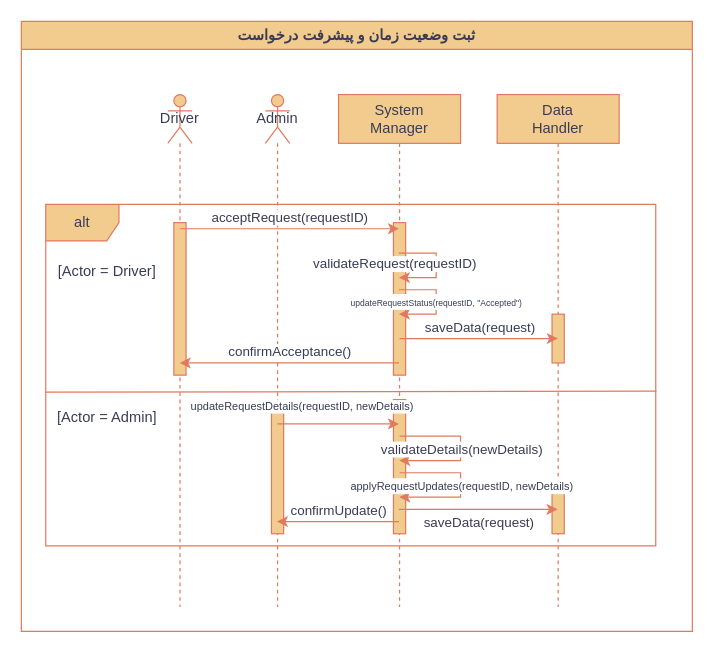
amir-Khodaverdi/The-Penguin-Project keeps this draw.io diagram as page "Page-4" (4 of 8) of Diagrams and Documents/ph4/Sequence Diagrams/C1/SequenceDiagramsPhase4-C1.drawio. Above is the earlier version. Source tidied: cells renumbered, new cells numbered last; positions are measured from the earlier drawing's top-left corner, leaving out a move shared by most shapes. Both pictures are drawn from the tidied source at 122%, with x=0, y=0 at pixel (21, 21).
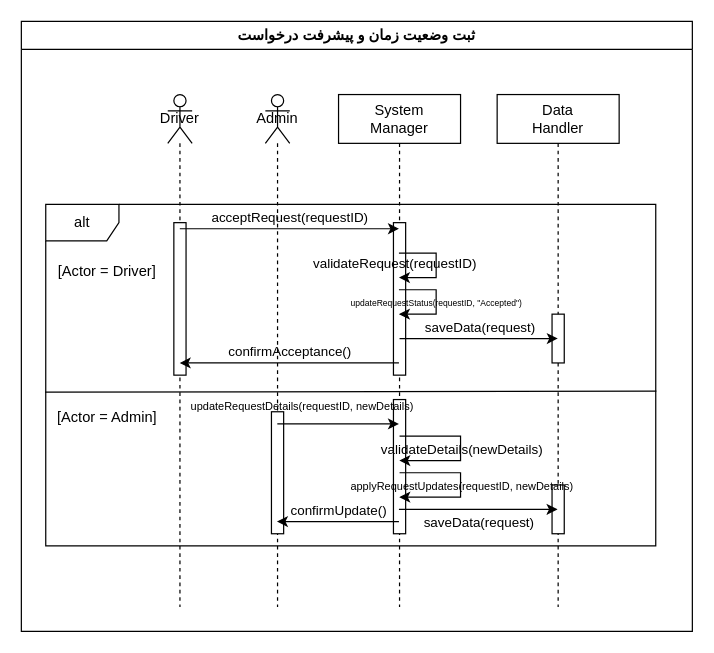
Above is the later version.

Change to the diagram source:
```diff
@@
-    <mxCell id="2" value="&lt;font face=&quot;Vazirmatn&quot;&gt;ثبت وضعیت زمان و پیشرفت درخواست&lt;/font&gt;" style="swimlane;whiteSpace=wrap;html=1;labelBackgroundColor=none;fillColor=#F2CC8F;strokeColor=#E07A5F;fontColor=#393C56;" parent="1" vertex="1">
+    <mxCell id="2" value="&lt;font face=&quot;Vazirmatn&quot;&gt;ثبت وضعیت زمان و پیشرفت درخواست&lt;/font&gt;" style="swimlane;whiteSpace=wrap;html=1;labelBackgroundColor=none;" parent="1" vertex="1">
       <mxGeometry width="550" height="500" as="geometry" />
     </mxCell>
-    <mxCell id="3" value="Admin" style="shape=umlLifeline;perimeter=lifelinePerimeter;whiteSpace=wrap;html=1;outlineConnect=0;portConstraint=eastwest;newEdgeStyle={&quot;curved&quot;:0,&quot;rounded&quot;:0};participant=umlActor;labelBackgroundColor=none;fillColor=#F2CC8F;strokeColor=#E07A5F;fontColor=#393C56;size=40;" parent="2" vertex="1">
+    <mxCell id="3" value="Admin" style="shape=umlLifeline;perimeter=lifelinePerimeter;whiteSpace=wrap;html=1;outlineConnect=0;portConstraint=eastwest;newEdgeStyle={&quot;curved&quot;:0,&quot;rounded&quot;:0};participant=umlActor;labelBackgroundColor=none;size=40;" parent="2" vertex="1">
       <mxGeometry x="200" y="60" width="20" height="420" as="geometry" />
     </mxCell>
-    <mxCell id="4" style="html=1;perimeter=orthogonalPerimeter;targetShapes=umlLifeline;newEdgeStyle={&quot;curved&quot;:0,&quot;rounded&quot;:0};strokeColor=#E07A5F;fontColor=#393C56;fillColor=#F2CC8F;" parent="3" vertex="1">
+    <mxCell id="4" style="html=1;perimeter=orthogonalPerimeter;targetShapes=umlLifeline;newEdgeStyle={&quot;curved&quot;:0,&quot;rounded&quot;:0};labelBackgroundColor=none;" parent="3" vertex="1">
       <mxGeometry x="5" y="260" width="10" height="100" as="geometry" />
     </mxCell>
-    <mxCell id="5" value="Driver" style="shape=umlLifeline;perimeter=lifelinePerimeter;whiteSpace=wrap;html=1;newEdgeStyle={&quot;curved&quot;:0,&quot;rounded&quot;:0};participant=umlActor;labelBackgroundColor=none;fillColor=#F2CC8F;strokeColor=#E07A5F;fontColor=#393C56;size=40;" parent="2" vertex="1">
+    <mxCell id="5" value="Driver" style="shape=umlLifeline;perimeter=lifelinePerimeter;whiteSpace=wrap;html=1;newEdgeStyle={&quot;curved&quot;:0,&quot;rounded&quot;:0};participant=umlActor;labelBackgroundColor=none;size=40;" parent="2" vertex="1">
       <mxGeometry x="120" y="60" width="20" height="420" as="geometry" />
     </mxCell>
-    <mxCell id="6" style="html=1;perimeter=orthogonalPerimeter;targetShapes=umlLifeline;newEdgeStyle={&quot;curved&quot;:0,&quot;rounded&quot;:0};strokeColor=#E07A5F;fontColor=#393C56;fillColor=#F2CC8F;" parent="5" vertex="1">
+    <mxCell id="6" style="html=1;perimeter=orthogonalPerimeter;targetShapes=umlLifeline;newEdgeStyle={&quot;curved&quot;:0,&quot;rounded&quot;:0};labelBackgroundColor=none;" parent="5" vertex="1">
       <mxGeometry x="5" y="105" width="10" height="125" as="geometry" />
     </mxCell>
-    <mxCell id="7" value="&lt;div&gt;System&lt;/div&gt;&lt;div&gt;Manager&lt;br&gt;&lt;/div&gt;" style="shape=umlLifeline;perimeter=lifelinePerimeter;whiteSpace=wrap;html=1;outlineConnect=0;portConstraint=eastwest;newEdgeStyle={&quot;edgeStyle&quot;:&quot;elbowEdgeStyle&quot;,&quot;elbow&quot;:&quot;vertical&quot;,&quot;curved&quot;:0,&quot;rounded&quot;:0};labelBackgroundColor=none;fillColor=#F2CC8F;strokeColor=#E07A5F;fontColor=#393C56;" parent="2" vertex="1">
+    <mxCell id="7" value="&lt;div&gt;System&lt;/div&gt;&lt;div&gt;Manager&lt;br&gt;&lt;/div&gt;" style="shape=umlLifeline;perimeter=lifelinePerimeter;whiteSpace=wrap;html=1;outlineConnect=0;portConstraint=eastwest;newEdgeStyle={&quot;edgeStyle&quot;:&quot;elbowEdgeStyle&quot;,&quot;elbow&quot;:&quot;vertical&quot;,&quot;curved&quot;:0,&quot;rounded&quot;:0};labelBackgroundColor=none;" parent="2" vertex="1">
       <mxGeometry x="260" y="60" width="100" height="420" as="geometry" />
     </mxCell>
-    <mxCell id="8" style="html=1;perimeter=orthogonalPerimeter;targetShapes=umlLifeline;newEdgeStyle={&quot;curved&quot;:0,&quot;rounded&quot;:0};strokeColor=#E07A5F;fontColor=#393C56;fillColor=#F2CC8F;" parent="7" vertex="1">
+    <mxCell id="8" style="html=1;perimeter=orthogonalPerimeter;targetShapes=umlLifeline;newEdgeStyle={&quot;curved&quot;:0,&quot;rounded&quot;:0};labelBackgroundColor=none;" parent="7" vertex="1">
       <mxGeometry x="45" y="105" width="10" height="125" as="geometry" />
     </mxCell>
-    <mxCell id="9" style="html=1;perimeter=orthogonalPerimeter;targetShapes=umlLifeline;newEdgeStyle={&quot;curved&quot;:0,&quot;rounded&quot;:0};strokeColor=#E07A5F;fontColor=#393C56;fillColor=#F2CC8F;" parent="7" vertex="1">
+    <mxCell id="9" style="html=1;perimeter=orthogonalPerimeter;targetShapes=umlLifeline;newEdgeStyle={&quot;curved&quot;:0,&quot;rounded&quot;:0};labelBackgroundColor=none;" parent="7" vertex="1">
       <mxGeometry x="45" y="250" width="10" height="110" as="geometry" />
     </mxCell>
-    <mxCell id="10" value="&lt;div&gt;Data&lt;/div&gt;&lt;div&gt;Handler&lt;br&gt;&lt;/div&gt;" style="shape=umlLifeline;perimeter=lifelinePerimeter;whiteSpace=wrap;html=1;outlineConnect=0;portConstraint=eastwest;newEdgeStyle={&quot;edgeStyle&quot;:&quot;elbowEdgeStyle&quot;,&quot;elbow&quot;:&quot;vertical&quot;,&quot;curved&quot;:0,&quot;rounded&quot;:0};labelBackgroundColor=none;fillColor=#F2CC8F;strokeColor=#E07A5F;fontColor=#393C56;" parent="2" vertex="1">
+    <mxCell id="10" value="&lt;div&gt;Data&lt;/div&gt;&lt;div&gt;Handler&lt;br&gt;&lt;/div&gt;" style="shape=umlLifeline;perimeter=lifelinePerimeter;whiteSpace=wrap;html=1;outlineConnect=0;portConstraint=eastwest;newEdgeStyle={&quot;edgeStyle&quot;:&quot;elbowEdgeStyle&quot;,&quot;elbow&quot;:&quot;vertical&quot;,&quot;curved&quot;:0,&quot;rounded&quot;:0};labelBackgroundColor=none;" parent="2" vertex="1">
       <mxGeometry x="390" y="60" width="100" height="420" as="geometry" />
     </mxCell>
-    <mxCell id="11" style="html=1;perimeter=orthogonalPerimeter;targetShapes=umlLifeline;newEdgeStyle={&quot;curved&quot;:0,&quot;rounded&quot;:0};strokeColor=#E07A5F;fontColor=#393C56;fillColor=#F2CC8F;" parent="10" vertex="1">
+    <mxCell id="11" style="html=1;perimeter=orthogonalPerimeter;targetShapes=umlLifeline;newEdgeStyle={&quot;curved&quot;:0,&quot;rounded&quot;:0};labelBackgroundColor=none;" parent="10" vertex="1">
       <mxGeometry x="45" y="180" width="10" height="40" as="geometry" />
     </mxCell>
-    <mxCell id="12" style="html=1;perimeter=orthogonalPerimeter;targetShapes=umlLifeline;newEdgeStyle={&quot;curved&quot;:0,&quot;rounded&quot;:0};strokeColor=#E07A5F;fontColor=#393C56;fillColor=#F2CC8F;" parent="10" vertex="1">
+    <mxCell id="12" style="html=1;perimeter=orthogonalPerimeter;targetShapes=umlLifeline;newEdgeStyle={&quot;curved&quot;:0,&quot;rounded&quot;:0};labelBackgroundColor=none;" parent="10" vertex="1">
       <mxGeometry x="45" y="320" width="10" height="40" as="geometry" />
     </mxCell>
-    <mxCell id="13" value="alt" style="shape=umlFrame;whiteSpace=wrap;html=1;labelBackgroundColor=none;fillColor=#F2CC8F;strokeColor=#E07A5F;fontColor=#393C56;" parent="2" vertex="1">
+    <mxCell id="13" value="alt" style="shape=umlFrame;whiteSpace=wrap;html=1;labelBackgroundColor=none;" parent="2" vertex="1">
       <mxGeometry x="20" y="150" width="500" height="280" as="geometry" />
     </mxCell>
-    <mxCell id="14" style="endArrow=none;html=1;rounded=0;exitX=-0.001;exitY=0.55;exitDx=0;exitDy=0;exitPerimeter=0;entryX=1.001;entryY=0.547;entryDx=0;entryDy=0;entryPerimeter=0;labelBackgroundColor=none;strokeColor=#E07A5F;fontColor=default;" parent="2" edge="1" source="13" target="13">
+    <mxCell id="14" style="endArrow=none;html=1;rounded=0;exitX=-0.001;exitY=0.55;exitDx=0;exitDy=0;exitPerimeter=0;entryX=1.001;entryY=0.547;entryDx=0;entryDy=0;entryPerimeter=0;labelBackgroundColor=none;fontColor=default;" parent="2" edge="1" source="13" target="13">
       <mxGeometry relative="1" as="geometry" />
     </mxCell>
-    <mxCell id="15" style="endArrow=classic;html=1;rounded=0;strokeColor=#E07A5F;fontColor=#393C56;fillColor=#F2CC8F;" parent="2" edge="1">
+    <mxCell id="15" style="endArrow=classic;html=1;rounded=0;fontColor=default;labelBackgroundColor=none;" parent="2" edge="1">
       <mxGeometry relative="1" as="geometry">
         <mxPoint x="129.9" y="170" as="sourcePoint" />
         <mxPoint x="309.5" y="170" as="targetPoint" />
       </mxGeometry>
     </mxCell>
-    <mxCell id="16" value="acceptRequest(requestID)" style="edgeLabel;html=1;align=center;verticalAlign=middle;strokeColor=#E07A5F;fontColor=#393C56;fillColor=#F2CC8F;" parent="15" vertex="1">
+    <mxCell id="16" value="acceptRequest(requestID)" style="edgeLabel;html=1;align=center;verticalAlign=middle;labelBackgroundColor=none;" parent="15" vertex="1">
       <mxGeometry x="0.16" y="2" relative="1" as="geometry">
         <mxPoint x="-14" y="-8" as="offset" />
       </mxGeometry>
     </mxCell>
-    <mxCell id="17" style="endArrow=classic;html=1;rounded=0;strokeColor=#E07A5F;fontColor=#393C56;fillColor=#F2CC8F;" parent="2" edge="1" source="7" target="7">
+    <mxCell id="17" style="endArrow=classic;html=1;rounded=0;fontColor=default;labelBackgroundColor=none;" parent="2" edge="1" source="7" target="7">
       <mxGeometry relative="1" as="geometry">
         <Array as="points">
           <mxPoint x="340" y="190" />
           <mxPoint x="340" y="200" />
           <mxPoint x="340" y="210" />
         </Array>
       </mxGeometry>
     </mxCell>
-    <mxCell id="18" value="validateRequest(requestID)" style="edgeLabel;html=1;align=center;verticalAlign=middle;strokeColor=#E07A5F;fontColor=#393C56;fillColor=#F2CC8F;" parent="17" vertex="1">
+    <mxCell id="18" value="validateRequest(requestID)" style="edgeLabel;html=1;align=center;verticalAlign=middle;labelBackgroundColor=none;" parent="17" vertex="1">
       <mxGeometry x="-0.04" relative="1" as="geometry">
         <mxPoint x="-35" as="offset" />
       </mxGeometry>
     </mxCell>
-    <mxCell id="19" style="endArrow=classic;html=1;rounded=0;strokeColor=#E07A5F;fontColor=#393C56;fillColor=#F2CC8F;" parent="2" edge="1" source="7" target="7">
+    <mxCell id="19" style="endArrow=classic;html=1;rounded=0;fontColor=default;labelBackgroundColor=none;" parent="2" edge="1" source="7" target="7">
       <mxGeometry relative="1" as="geometry">
         <Array as="points">
           <mxPoint x="330" y="220" />
           <mxPoint x="340" y="220" />
           <mxPoint x="340" y="240" />
           <mxPoint x="330" y="240" />
         </Array>
       </mxGeometry>
     </mxCell>
-    <mxCell id="20" value="&lt;font style=&quot;font-size: 7px;&quot;&gt;&lt;font&gt;updateRequestStatus(requestID, &quot;Accepted&quot;)&lt;/font&gt;&lt;font&gt;&lt;br&gt;&lt;/font&gt;&lt;/font&gt;" style="edgeLabel;html=1;align=center;verticalAlign=middle;strokeColor=#E07A5F;fontColor=#393C56;fillColor=#F2CC8F;" parent="19" vertex="1">
+    <mxCell id="20" value="&lt;font style=&quot;font-size: 7px;&quot;&gt;&lt;font&gt;updateRequestStatus(requestID, &quot;Accepted&quot;)&lt;/font&gt;&lt;font&gt;&lt;br&gt;&lt;/font&gt;&lt;/font&gt;" style="edgeLabel;html=1;align=center;verticalAlign=middle;labelBackgroundColor=none;" parent="19" vertex="1">
       <mxGeometry x="-0.02" y="-1" relative="1" as="geometry" />
     </mxCell>
-    <mxCell id="21" style="endArrow=classic;html=1;rounded=0;strokeColor=#E07A5F;fontColor=#393C56;fillColor=#F2CC8F;" parent="2" edge="1">
+    <mxCell id="21" style="endArrow=classic;html=1;rounded=0;fontColor=default;labelBackgroundColor=none;" parent="2" edge="1">
       <mxGeometry relative="1" as="geometry">
         <mxPoint x="310" y="260" as="sourcePoint" />
         <mxPoint x="439.7" y="260" as="targetPoint" />
         <Array as="points">
           <mxPoint x="410.2" y="260" />
         </Array>
       </mxGeometry>
     </mxCell>
-    <mxCell id="22" value="saveData(request)" style="edgeLabel;html=1;align=center;verticalAlign=middle;strokeColor=#E07A5F;fontColor=#393C56;fillColor=#F2CC8F;" parent="21" vertex="1">
+    <mxCell id="22" value="saveData(request)" style="edgeLabel;html=1;align=center;verticalAlign=middle;labelBackgroundColor=none;" parent="21" vertex="1">
       <mxGeometry x="0.22" y="2" relative="1" as="geometry">
         <mxPoint x="-14" y="-8" as="offset" />
       </mxGeometry>
     </mxCell>
-    <mxCell id="23" style="endArrow=classic;html=1;rounded=0;strokeColor=#E07A5F;fontColor=#393C56;fillColor=#F2CC8F;" parent="2" edge="1">
+    <mxCell id="23" style="endArrow=classic;html=1;rounded=0;fontColor=default;labelBackgroundColor=none;" parent="2" edge="1">
       <mxGeometry relative="1" as="geometry">
         <mxPoint x="309.5" y="280" as="sourcePoint" />
         <mxPoint x="129.8" y="280" as="targetPoint" />
       </mxGeometry>
     </mxCell>
-    <mxCell id="24" value="confirmAcceptance()" style="edgeLabel;html=1;align=center;verticalAlign=middle;strokeColor=#E07A5F;fontColor=#393C56;fillColor=#F2CC8F;" parent="23" vertex="1">
+    <mxCell id="24" value="confirmAcceptance()" style="edgeLabel;html=1;align=center;verticalAlign=middle;labelBackgroundColor=none;" parent="23" vertex="1">
       <mxGeometry x="-0.46" y="1" relative="1" as="geometry">
         <mxPoint x="-41" y="-11" as="offset" />
       </mxGeometry>
     </mxCell>
-    <mxCell id="25" value="[Actor = Driver]" style="text;html=1;align=center;verticalAlign=middle;strokeColor=none;fillColor=none;labelBackgroundColor=none;fontColor=#393C56;" parent="2" vertex="1">
+    <mxCell id="25" value="[Actor = Driver]" style="text;html=1;align=center;verticalAlign=middle;strokeColor=none;fillColor=none;labelBackgroundColor=none;" parent="2" vertex="1">
       <mxGeometry x="20" y="190" width="100" height="30" as="geometry" />
     </mxCell>
-    <mxCell id="26" value="[Actor = Admin]" style="text;html=1;align=center;verticalAlign=middle;strokeColor=none;fillColor=none;labelBackgroundColor=none;fontColor=#393C56;" parent="2" vertex="1">
+    <mxCell id="26" value="[Actor = Admin]" style="text;html=1;align=center;verticalAlign=middle;strokeColor=none;fillColor=none;labelBackgroundColor=none;" parent="2" vertex="1">
       <mxGeometry x="15" y="310" width="110" height="30" as="geometry" />
     </mxCell>
-    <mxCell id="27" style="endArrow=classic;html=1;rounded=0;strokeColor=#E07A5F;fontColor=#393C56;fillColor=#F2CC8F;" parent="2" edge="1">
+    <mxCell id="27" style="endArrow=classic;html=1;rounded=0;fontColor=default;labelBackgroundColor=none;" parent="2" edge="1">
       <mxGeometry relative="1" as="geometry">
         <mxPoint x="209.8" y="330" as="sourcePoint" />
         <mxPoint x="309.5" y="330" as="targetPoint" />
       </mxGeometry>
     </mxCell>
-    <mxCell id="28" value="&lt;font&gt;updateRequestDetails(requestID, newDetails)&lt;/font&gt;" style="edgeLabel;html=1;align=center;verticalAlign=middle;strokeColor=#E07A5F;fontColor=#393C56;fillColor=#F2CC8F;fontSize=9;" parent="27" vertex="1">
+    <mxCell id="28" value="&lt;font&gt;updateRequestDetails(requestID, newDetails)&lt;/font&gt;" style="edgeLabel;html=1;align=center;verticalAlign=middle;fontSize=9;labelBackgroundColor=none;" parent="27" vertex="1">
       <mxGeometry x="-0.23" y="2" relative="1" as="geometry">
         <mxPoint x="-18" y="-13" as="offset" />
       </mxGeometry>
     </mxCell>
-    <mxCell id="29" style="endArrow=classic;html=1;rounded=0;strokeColor=#E07A5F;fontColor=#393C56;fillColor=#F2CC8F;" parent="2" edge="1">
+    <mxCell id="29" style="endArrow=classic;html=1;rounded=0;fontColor=default;labelBackgroundColor=none;" parent="2" edge="1">
       <mxGeometry relative="1" as="geometry">
         <mxPoint x="310" y="340" as="sourcePoint" />
         <mxPoint x="309.8" y="360" as="targetPoint" />
         <Array as="points">
           <mxPoint x="360" y="340" />
           <mxPoint x="360" y="360" />
           <mxPoint x="330" y="360" />
         </Array>
       </mxGeometry>
     </mxCell>
-    <mxCell id="30" value="validateDetails(newDetails)" style="edgeLabel;html=1;align=center;verticalAlign=middle;strokeColor=#E07A5F;fontColor=#393C56;fillColor=#F2CC8F;" parent="29" vertex="1">
+    <mxCell id="30" value="validateDetails(newDetails)" style="edgeLabel;html=1;align=center;verticalAlign=middle;labelBackgroundColor=none;" parent="29" vertex="1">
       <mxGeometry x="-0.03" y="1" relative="1" as="geometry">
         <mxPoint x="-1" y="2" as="offset" />
       </mxGeometry>
     </mxCell>
-    <mxCell id="31" style="endArrow=classic;html=1;rounded=0;strokeColor=#E07A5F;fontColor=#393C56;fillColor=#F2CC8F;" parent="2" edge="1">
+    <mxCell id="31" style="endArrow=classic;html=1;rounded=0;fontColor=default;labelBackgroundColor=none;" parent="2" edge="1">
       <mxGeometry relative="1" as="geometry">
         <mxPoint x="310" y="370" as="sourcePoint" />
         <mxPoint x="309.8" y="390" as="targetPoint" />
         <Array as="points">
           <mxPoint x="360" y="370" />
           <mxPoint x="360" y="390" />
           <mxPoint x="330" y="390" />
         </Array>
       </mxGeometry>
     </mxCell>
-    <mxCell id="32" value="&lt;font style=&quot;font-size: 9px;&quot;&gt;applyRequestUpdates(requestID, newDetails)&lt;/font&gt;" style="edgeLabel;html=1;align=center;verticalAlign=middle;strokeColor=#E07A5F;fontColor=#393C56;fillColor=#F2CC8F;" parent="31" vertex="1">
+    <mxCell id="32" value="&lt;font style=&quot;font-size: 9px;&quot;&gt;applyRequestUpdates(requestID, newDetails)&lt;/font&gt;" style="edgeLabel;html=1;align=center;verticalAlign=middle;labelBackgroundColor=none;" parent="31" vertex="1">
       <mxGeometry x="-0.03" y="1" relative="1" as="geometry">
         <mxPoint x="-1" y="2" as="offset" />
       </mxGeometry>
     </mxCell>
-    <mxCell id="33" style="endArrow=classic;html=1;rounded=0;strokeColor=#E07A5F;fontColor=#393C56;fillColor=#F2CC8F;" parent="2" edge="1" source="7" target="10">
+    <mxCell id="33" style="endArrow=classic;html=1;rounded=0;fontColor=default;labelBackgroundColor=none;" parent="2" edge="1" source="7" target="10">
       <mxGeometry relative="1" as="geometry">
         <Array as="points">
           <mxPoint x="360" y="400" />
         </Array>
       </mxGeometry>
     </mxCell>
-    <mxCell id="34" value="saveData(request)" style="edgeLabel;html=1;align=center;verticalAlign=middle;strokeColor=#E07A5F;fontColor=#393C56;fillColor=#F2CC8F;" parent="33" vertex="1">
+    <mxCell id="34" value="saveData(request)" style="edgeLabel;html=1;align=center;verticalAlign=middle;labelBackgroundColor=none;" parent="33" vertex="1">
       <mxGeometry x="0.12" relative="1" as="geometry">
         <mxPoint x="-8" y="10" as="offset" />
       </mxGeometry>
     </mxCell>
-    <mxCell id="35" style="endArrow=classic;html=1;rounded=0;strokeColor=#E07A5F;fontColor=#393C56;fillColor=#F2CC8F;" parent="2" edge="1" source="7" target="3">
+    <mxCell id="35" style="endArrow=classic;html=1;rounded=0;fontColor=default;labelBackgroundColor=none;" parent="2" edge="1" source="7" target="3">
       <mxGeometry relative="1" as="geometry">
         <Array as="points">
           <mxPoint x="250" y="410" />
         </Array>
       </mxGeometry>
     </mxCell>
-    <mxCell id="36" value="confirmUpdate()" style="edgeLabel;html=1;align=center;verticalAlign=middle;strokeColor=#E07A5F;fontColor=#393C56;fillColor=#F2CC8F;" parent="35" vertex="1">
+    <mxCell id="36" value="confirmUpdate()" style="edgeLabel;html=1;align=center;verticalAlign=middle;labelBackgroundColor=none;" parent="35" vertex="1">
       <mxGeometry x="-0.25" y="-1" relative="1" as="geometry">
         <mxPoint x="-12" y="-9" as="offset" />
       </mxGeometry>
     </mxCell>
```
